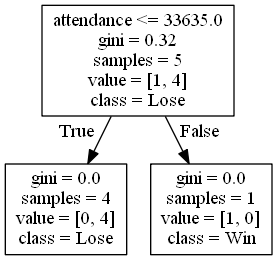
This is DecisionTrees/Mountain Westdecision_tree_no_score14.png from alexana-steck/CSE482Project, a Graphviz export, as it was before one commit. Its source is kept beside it as DecisionTrees/Mountain Westdecision_tree_no_score14.dot.
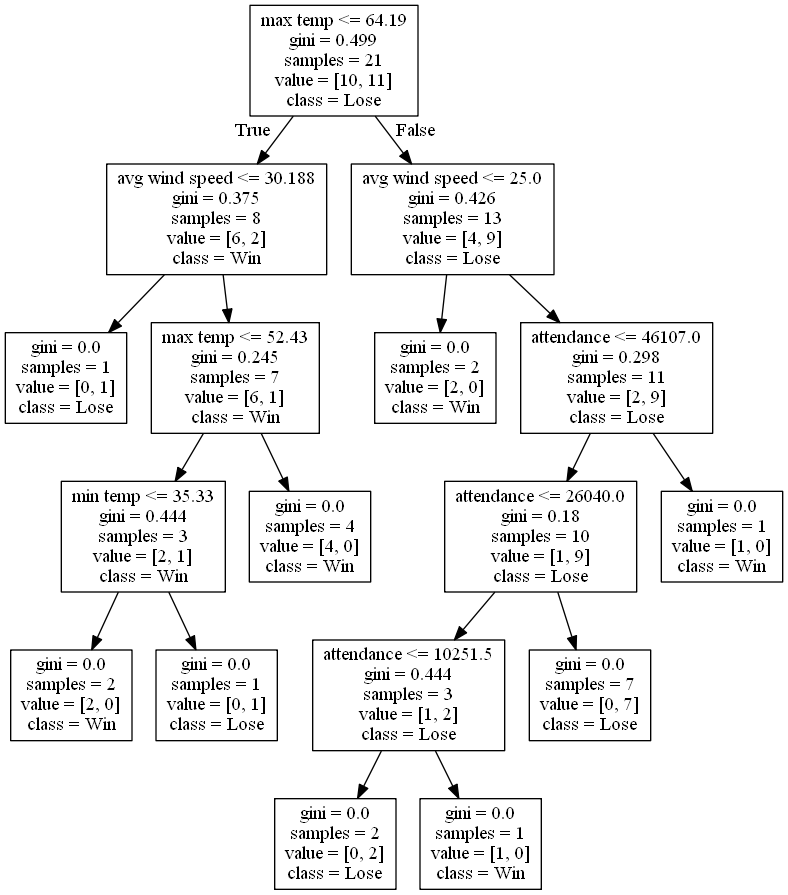
After the commit.

The edit, as a diff of the source:
```diff
@@ -1,8 +1,36 @@
 digraph Tree {
 node [shape=box] ;
-0 [label="attendance <= 33635.0\ngini = 0.32\nsamples = 5\nvalue = [1, 4]\nclass = Lose"] ;
-1 [label="gini = 0.0\nsamples = 4\nvalue = [0, 4]\nclass = Lose"] ;
+0 [label="max temp <= 64.19\ngini = 0.499\nsamples = 21\nvalue = [10, 11]\nclass = Lose"] ;
+1 [label="avg wind speed <= 30.188\ngini = 0.375\nsamples = 8\nvalue = [6, 2]\nclass = Win"] ;
 0 -> 1 [labeldistance=2.5, labelangle=45, headlabel="True"] ;
-2 [label="gini = 0.0\nsamples = 1\nvalue = [1, 0]\nclass = Win"] ;
-0 -> 2 [labeldistance=2.5, labelangle=-45, headlabel="False"] ;
+2 [label="gini = 0.0\nsamples = 1\nvalue = [0, 1]\nclass = Lose"] ;
+1 -> 2 ;
+3 [label="max temp <= 52.43\ngini = 0.245\nsamples = 7\nvalue = [6, 1]\nclass = Win"] ;
+1 -> 3 ;
+4 [label="min temp <= 35.33\ngini = 0.444\nsamples = 3\nvalue = [2, 1]\nclass = Win"] ;
+3 -> 4 ;
+5 [label="gini = 0.0\nsamples = 2\nvalue = [2, 0]\nclass = Win"] ;
+4 -> 5 ;
+6 [label="gini = 0.0\nsamples = 1\nvalue = [0, 1]\nclass = Lose"] ;
+4 -> 6 ;
+7 [label="gini = 0.0\nsamples = 4\nvalue = [4, 0]\nclass = Win"] ;
+3 -> 7 ;
+8 [label="avg wind speed <= 25.0\ngini = 0.426\nsamples = 13\nvalue = [4, 9]\nclass = Lose"] ;
+0 -> 8 [labeldistance=2.5, labelangle=-45, headlabel="False"] ;
+9 [label="gini = 0.0\nsamples = 2\nvalue = [2, 0]\nclass = Win"] ;
+8 -> 9 ;
+10 [label="attendance <= 46107.0\ngini = 0.298\nsamples = 11\nvalue = [2, 9]\nclass = Lose"] ;
+8 -> 10 ;
+11 [label="attendance <= 26040.0\ngini = 0.18\nsamples = 10\nvalue = [1, 9]\nclass = Lose"] ;
+10 -> 11 ;
+12 [label="attendance <= 10251.5\ngini = 0.444\nsamples = 3\nvalue = [1, 2]\nclass = Lose"] ;
+11 -> 12 ;
+13 [label="gini = 0.0\nsamples = 2\nvalue = [0, 2]\nclass = Lose"] ;
+12 -> 13 ;
+14 [label="gini = 0.0\nsamples = 1\nvalue = [1, 0]\nclass = Win"] ;
+12 -> 14 ;
+15 [label="gini = 0.0\nsamples = 7\nvalue = [0, 7]\nclass = Lose"] ;
+11 -> 15 ;
+16 [label="gini = 0.0\nsamples = 1\nvalue = [1, 0]\nclass = Win"] ;
+10 -> 16 ;
 }
```
